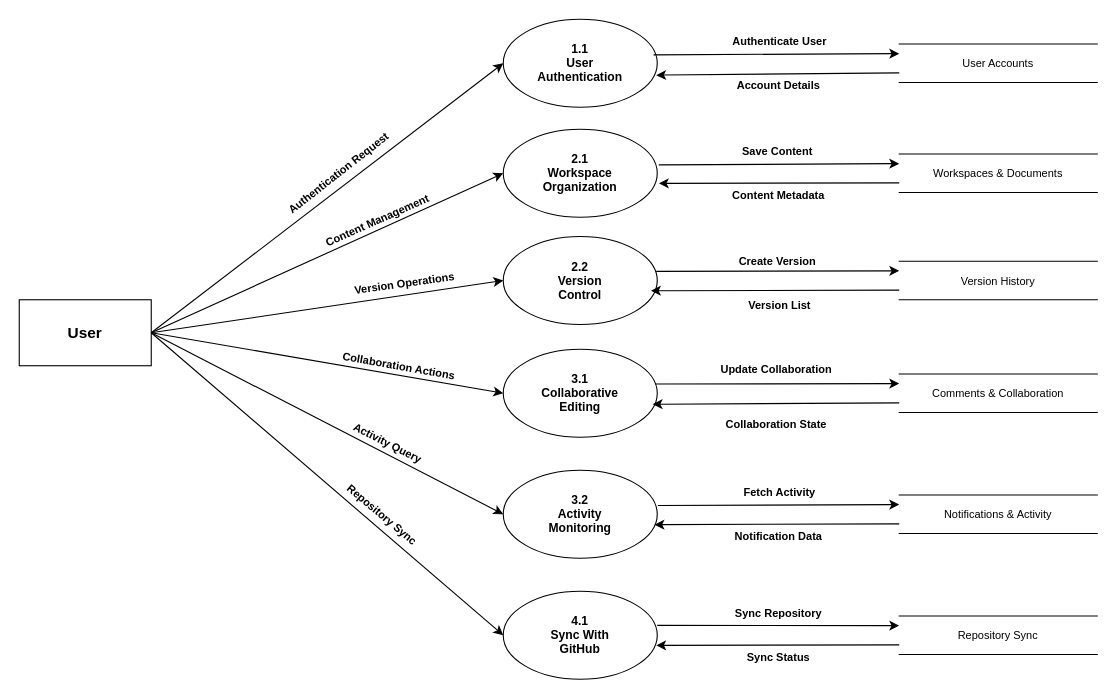
This is docs/dfd-level-2-user.drawio from Nithinvp11/DocHub, a draw.io file, before an edit. Source tidied: cells renumbered, new cells numbered last; positions are measured from the earlier drawing's top-left corner, leaving out a move shared by most shapes. Both pictures are drawn from the tidied source at 110%, with x=0, y=0 at pixel (19, 19).
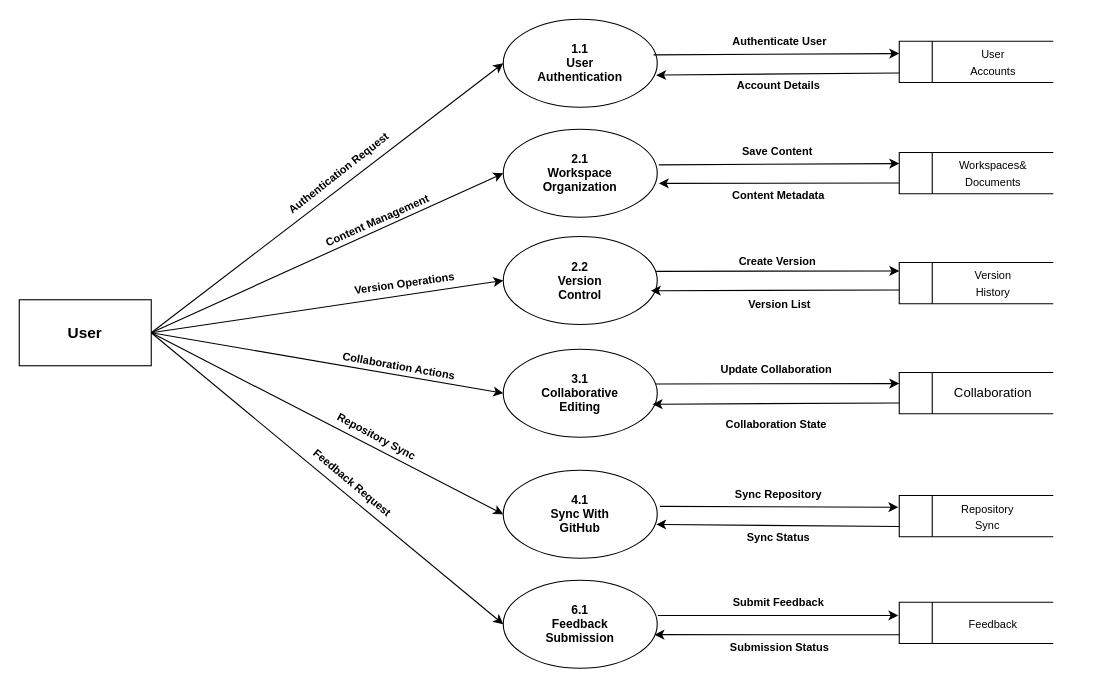
The same diagram, later.

The change refers to these unchanged cells:
```xml
<mxCell id="3" value="1.1&#10;User&#10;Authentication" style="ellipse;whiteSpace=wrap;html=1;fillColor=#ffffff;strokeColor=#000000;fontSize=11;fontStyle=1;" parent="1" vertex="1">
  <mxGeometry x="440" width="140" height="80" as="geometry" />
</mxCell>
<mxCell id="4" value="2.1&lt;br&gt;Workspace&lt;br&gt;Organization" style="ellipse;whiteSpace=wrap;html=1;fillColor=#ffffff;strokeColor=#000000;fontSize=11;fontStyle=1;" parent="1" vertex="1">
  <mxGeometry x="440" y="100" width="140" height="80" as="geometry" />
</mxCell>
<mxCell id="5" value="2.2&#10;Version&#10;Control" style="ellipse;whiteSpace=wrap;html=1;fillColor=#ffffff;strokeColor=#000000;fontSize=11;fontStyle=1;" parent="1" vertex="1">
  <mxGeometry x="440" y="197.5" width="140" height="80" as="geometry" />
</mxCell>
<mxCell id="6" value="3.1&lt;br&gt;Collaborative&lt;br&gt;Editing" style="ellipse;whiteSpace=wrap;html=1;fillColor=#ffffff;strokeColor=#000000;fontSize=11;fontStyle=1;" parent="1" vertex="1">
  <mxGeometry x="440" y="300" width="140" height="80" as="geometry" />
</mxCell>
```

What changed in the source:
```diff
@@
-    <mxCell id="7" value="3.2&lt;br&gt;Activity&lt;br&gt;Monitoring" style="ellipse;whiteSpace=wrap;html=1;fillColor=#ffffff;strokeColor=#000000;fontSize=11;fontStyle=1;" parent="1" vertex="1">
-      <mxGeometry x="440" y="410" width="140" height="80" as="geometry" />
+    <mxCell id="7" value="6.1&lt;br&gt;Feedback&lt;br&gt;Submission" style="ellipse;whiteSpace=wrap;html=1;fillColor=#ffffff;strokeColor=#000000;fontSize=11;fontStyle=1;" parent="1" vertex="1">
+      <mxGeometry x="440" y="510" width="140" height="80" as="geometry" />
     </mxCell>
     <mxCell id="8" value="4.1&lt;br&gt;Sync With&lt;div&gt;GitHub&lt;/div&gt;" style="ellipse;whiteSpace=wrap;html=1;fillColor=#ffffff;strokeColor=#000000;fontSize=11;fontStyle=1;" parent="1" vertex="1">
-      <mxGeometry x="440" y="520" width="140" height="80" as="geometry" />
+      <mxGeometry x="440" y="410" width="140" height="80" as="geometry" />
     </mxCell>
-    <mxCell id="9" value="User Accounts" style="shape=partialRectangle;whiteSpace=wrap;html=1;left=0;right=0;fillColor=#ffffff;strokeColor=#000000;fontSize=10;" parent="1" vertex="1">
-      <mxGeometry x="800" y="22.5" width="180" height="35" as="geometry" />
-    </mxCell>
-    <mxCell id="10" value="Workspaces &amp;amp; Documents" style="shape=partialRectangle;whiteSpace=wrap;html=1;left=0;right=0;fillColor=#ffffff;strokeColor=#000000;fontSize=10;" parent="1" vertex="1">
-      <mxGeometry x="800" y="122.5" width="180" height="35" as="geometry" />
-    </mxCell>
-    <mxCell id="11" value="Version History" style="shape=partialRectangle;whiteSpace=wrap;html=1;left=0;right=0;fillColor=#ffffff;strokeColor=#000000;fontSize=10;" parent="1" vertex="1">
-      <mxGeometry x="800" y="220" width="180" height="35" as="geometry" />
-    </mxCell>
-    <mxCell id="12" value="Comments &amp;amp; Collaboration" style="shape=partialRectangle;whiteSpace=wrap;html=1;left=0;right=0;fillColor=#ffffff;strokeColor=#000000;fontSize=10;" parent="1" vertex="1">
-      <mxGeometry x="800" y="322.5" width="180" height="35" as="geometry" />
-    </mxCell>
-    <mxCell id="13" value="Notifications &amp;amp; Activity" style="shape=partialRectangle;whiteSpace=wrap;html=1;left=0;right=0;fillColor=#ffffff;strokeColor=#000000;fontSize=10;" parent="1" vertex="1">
-      <mxGeometry x="800" y="432.5" width="180" height="35" as="geometry" />
-    </mxCell>
-    <mxCell id="14" value="Repository Sync" style="shape=partialRectangle;whiteSpace=wrap;html=1;left=0;right=0;fillColor=#ffffff;strokeColor=#000000;fontSize=10;" parent="1" vertex="1">
-      <mxGeometry x="800" y="542.5" width="180" height="35" as="geometry" />
-    </mxCell>
@@
-    <mxCell id="21" value="&lt;font style=&quot;font-size: 10px;&quot;&gt;&lt;b&gt;Authenticate User&lt;/b&gt;&lt;/font&gt;" style="endArrow=classic;html=1;entryX=0;entryY=0.25;entryDx=0;entryDy=0;fontSize=9;exitX=0.976;exitY=0.405;exitDx=0;exitDy=0;exitPerimeter=0;" parent="1" edge="1" source="3" target="9">
-      <mxGeometry x="0.02" y="12" relative="1" as="geometry" />
+    <mxCell id="21" value="&lt;font style=&quot;font-size: 10px;&quot;&gt;&lt;b&gt;Authenticate User&lt;/b&gt;&lt;/font&gt;" style="endArrow=classic;html=1;entryX=0;entryY=0.25;entryDx=0;entryDy=0;fontSize=9;exitX=0.976;exitY=0.405;exitDx=0;exitDy=0;exitPerimeter=0;" parent="1" edge="1" source="3">
+      <mxGeometry x="0.02" y="12" relative="1" as="geometry">
+        <mxPoint x="800" y="31.2" as="targetPoint" />
+      </mxGeometry>
     </mxCell>
-    <mxCell id="22" value="&lt;b&gt;&lt;font style=&quot;font-size: 10px;&quot;&gt;Save Content&lt;/font&gt;&lt;/b&gt;" style="endArrow=classic;html=1;exitX=1.01;exitY=0.405;exitDx=0;exitDy=0;entryX=0;entryY=0.25;entryDx=0;entryDy=0;fontSize=9;exitPerimeter=0;" parent="1" edge="1" source="4" target="10">
-      <mxGeometry x="-0.01" y="12" relative="1" as="geometry" />
+    <mxCell id="22" value="&lt;b&gt;&lt;font style=&quot;font-size: 10px;&quot;&gt;Save Content&lt;/font&gt;&lt;/b&gt;" style="endArrow=classic;html=1;exitX=1.01;exitY=0.405;exitDx=0;exitDy=0;entryX=0;entryY=0.25;entryDx=0;entryDy=0;fontSize=9;exitPerimeter=0;" parent="1" edge="1" source="4">
+      <mxGeometry x="-0.01" y="12" relative="1" as="geometry">
+        <mxPoint x="800" y="131.2" as="targetPoint" />
+      </mxGeometry>
     </mxCell>
-    <mxCell id="23" value="&lt;font style=&quot;font-size: 10px;&quot;&gt;&lt;b&gt;Create Version&lt;/b&gt;&lt;/font&gt;" style="endArrow=classic;html=1;fontSize=9;entryX=0;entryY=0.25;entryDx=0;entryDy=0;exitX=0.993;exitY=0.396;exitDx=0;exitDy=0;exitPerimeter=0;" parent="1" edge="1" source="5" target="11">
-      <mxGeometry y="9" relative="1" as="geometry" />
+    <mxCell id="23" value="&lt;font style=&quot;font-size: 10px;&quot;&gt;&lt;b&gt;Create Version&lt;/b&gt;&lt;/font&gt;" style="endArrow=classic;html=1;fontSize=9;entryX=0;entryY=0.25;entryDx=0;entryDy=0;exitX=0.993;exitY=0.396;exitDx=0;exitDy=0;exitPerimeter=0;" parent="1" edge="1" source="5">
+      <mxGeometry y="9" relative="1" as="geometry">
+        <mxPoint x="800" y="228.8" as="targetPoint" />
+      </mxGeometry>
     </mxCell>
-    <mxCell id="24" value="&lt;font style=&quot;font-size: 10px;&quot;&gt;&lt;b&gt;Update Collaboration&lt;/b&gt;&lt;/font&gt;" style="endArrow=classic;html=1;entryX=0;entryY=0.25;entryDx=0;entryDy=0;fontSize=9;exitX=0.987;exitY=0.395;exitDx=0;exitDy=0;exitPerimeter=0;" parent="1" edge="1" source="6" target="12">
-      <mxGeometry x="-0.01" y="13" relative="1" as="geometry" />
+    <mxCell id="24" value="&lt;font style=&quot;font-size: 10px;&quot;&gt;&lt;b&gt;Update Collaboration&lt;/b&gt;&lt;/font&gt;" style="endArrow=classic;html=1;entryX=0;entryY=0.25;entryDx=0;entryDy=0;fontSize=9;exitX=0.987;exitY=0.395;exitDx=0;exitDy=0;exitPerimeter=0;" parent="1" edge="1" source="6">
+      <mxGeometry x="-0.01" y="13" relative="1" as="geometry">
+        <mxPoint x="800" y="331.2" as="targetPoint" />
+      </mxGeometry>
     </mxCell>
-    <mxCell id="25" value="&lt;font style=&quot;font-size: 10px;&quot;&gt;&lt;b&gt;Fetch Activity&lt;/b&gt;&lt;/font&gt;" style="endArrow=classic;html=1;exitX=1.004;exitY=0.4;exitDx=0;exitDy=0;entryX=0;entryY=0.25;entryDx=0;entryDy=0;fontSize=9;exitPerimeter=0;" parent="1" edge="1" source="7" target="13">
+    <mxCell id="25" value="&lt;font style=&quot;font-size: 10px;&quot;&gt;&lt;b&gt;Submit Feedback&lt;/b&gt;&lt;/font&gt;" style="endArrow=classic;html=1;exitX=1.004;exitY=0.4;exitDx=0;exitDy=0;entryX=-0.006;entryY=0.32;entryDx=0;entryDy=0;fontSize=9;exitPerimeter=0;entryPerimeter=0;" parent="1" edge="1" source="7" target="42">
       <mxGeometry y="12" relative="1" as="geometry" />
     </mxCell>
-    <mxCell id="26" value="&lt;font style=&quot;font-size: 10px;&quot;&gt;&lt;b&gt;Sync Repository&lt;/b&gt;&lt;/font&gt;" style="endArrow=classic;html=1;entryX=0;entryY=0.25;entryDx=0;entryDy=0;fontSize=9;" parent="1" edge="1" target="14">
-      <mxGeometry y="11" relative="1" as="geometry">
-        <mxPoint x="580" y="551" as="sourcePoint" />
-      </mxGeometry>
+    <mxCell id="26" value="&lt;font style=&quot;font-size: 10px;&quot;&gt;&lt;b&gt;Sync Repository&lt;/b&gt;&lt;/font&gt;" style="endArrow=classic;html=1;entryX=-0.006;entryY=0.283;entryDx=0;entryDy=0;fontSize=9;exitX=1.017;exitY=0.41;exitDx=0;exitDy=0;exitPerimeter=0;entryPerimeter=0;" parent="1" edge="1" source="8" target="43">
+      <mxGeometry y="11" relative="1" as="geometry" />
     </mxCell>
-    <mxCell id="27" value="&lt;font style=&quot;font-size: 10px;&quot;&gt;&lt;b&gt;Account Details&lt;/b&gt;&lt;/font&gt;" style="endArrow=classic;html=1;fontSize=9;exitX=0;exitY=0.75;exitDx=0;exitDy=0;entryX=0.993;entryY=0.635;entryDx=0;entryDy=0;entryPerimeter=0;" parent="1" edge="1" source="9" target="3">
-      <mxGeometry y="10" relative="1" as="geometry" />
+    <mxCell id="27" value="&lt;font style=&quot;font-size: 10px;&quot;&gt;&lt;b&gt;Account Details&lt;/b&gt;&lt;/font&gt;" style="endArrow=classic;html=1;fontSize=9;exitX=0;exitY=0.75;exitDx=0;exitDy=0;entryX=0.993;entryY=0.635;entryDx=0;entryDy=0;entryPerimeter=0;" parent="1" edge="1" target="3">
+      <mxGeometry y="10" relative="1" as="geometry">
+        <mxPoint x="800" y="48.8" as="sourcePoint" />
+      </mxGeometry>
     </mxCell>
-    <mxCell id="28" value="&lt;font style=&quot;font-size: 10px;&quot;&gt;&lt;b&gt;Content Metadata&lt;/b&gt;&lt;/font&gt;" style="endArrow=classic;html=1;fontSize=9;entryX=1.01;entryY=0.615;entryDx=0;entryDy=0;entryPerimeter=0;exitX=0;exitY=0.75;exitDx=0;exitDy=0;" parent="1" edge="1" source="10" target="4">
-      <mxGeometry x="0.01" y="11" relative="1" as="geometry" />
+    <mxCell id="28" value="&lt;font style=&quot;font-size: 10px;&quot;&gt;&lt;b&gt;Content Metadata&lt;/b&gt;&lt;/font&gt;" style="endArrow=classic;html=1;fontSize=9;entryX=1.01;entryY=0.615;entryDx=0;entryDy=0;entryPerimeter=0;exitX=0;exitY=0.75;exitDx=0;exitDy=0;" parent="1" edge="1" target="4">
+      <mxGeometry x="0.01" y="11" relative="1" as="geometry">
+        <mxPoint x="800" y="148.8" as="sourcePoint" />
+      </mxGeometry>
     </mxCell>
-    <mxCell id="29" value="&lt;font style=&quot;font-size: 10px;&quot;&gt;&lt;b&gt;Version List&lt;/b&gt;&lt;/font&gt;" style="endArrow=classic;html=1;exitX=0;exitY=0.75;exitDx=0;exitDy=0;fontSize=9;entryX=0.959;entryY=0.616;entryDx=0;entryDy=0;entryPerimeter=0;" parent="1" edge="1" source="11" target="5">
-      <mxGeometry x="-0.03" y="13" relative="1" as="geometry" />
+    <mxCell id="29" value="&lt;font style=&quot;font-size: 10px;&quot;&gt;&lt;b&gt;Version List&lt;/b&gt;&lt;/font&gt;" style="endArrow=classic;html=1;exitX=0;exitY=0.75;exitDx=0;exitDy=0;fontSize=9;entryX=0.959;entryY=0.616;entryDx=0;entryDy=0;entryPerimeter=0;" parent="1" edge="1" target="5">
+      <mxGeometry x="-0.03" y="13" relative="1" as="geometry">
+        <mxPoint x="800" y="246.2" as="sourcePoint" />
+      </mxGeometry>
     </mxCell>
-    <mxCell id="30" value="&lt;font style=&quot;font-size: 10px;&quot;&gt;&lt;b&gt;Collaboration State&lt;/b&gt;&lt;/font&gt;" style="endArrow=classic;html=1;exitX=0;exitY=0.75;exitDx=0;exitDy=0;fontSize=9;entryX=0.97;entryY=0.625;entryDx=0;entryDy=0;entryPerimeter=0;" parent="1" edge="1" source="12" target="6">
-      <mxGeometry y="19" relative="1" as="geometry" />
+    <mxCell id="30" value="&lt;font style=&quot;font-size: 10px;&quot;&gt;&lt;b&gt;Collaboration State&lt;/b&gt;&lt;/font&gt;" style="endArrow=classic;html=1;exitX=0;exitY=0.75;exitDx=0;exitDy=0;fontSize=9;entryX=0.97;entryY=0.625;entryDx=0;entryDy=0;entryPerimeter=0;" parent="1" edge="1" target="6">
+      <mxGeometry y="19" relative="1" as="geometry">
+        <mxPoint x="800" y="348.8" as="sourcePoint" />
+      </mxGeometry>
     </mxCell>
-    <mxCell id="31" value="&lt;b&gt;&lt;font style=&quot;font-size: 10px;&quot;&gt;Notification Data&lt;/font&gt;&lt;/b&gt;" style="endArrow=classic;html=1;exitX=0;exitY=0.75;exitDx=0;exitDy=0;entryX=0.982;entryY=0.618;entryDx=0;entryDy=0;fontSize=9;entryPerimeter=0;" parent="1" edge="1" source="13" target="7">
+    <mxCell id="31" value="&lt;b&gt;&lt;font style=&quot;font-size: 10px;&quot;&gt;Submission Status&lt;/font&gt;&lt;/b&gt;" style="endArrow=classic;html=1;exitX=0.011;exitY=0.789;exitDx=0;exitDy=0;entryX=0.982;entryY=0.618;entryDx=0;entryDy=0;fontSize=9;entryPerimeter=0;exitPerimeter=0;" parent="1" edge="1" source="42" target="7">
       <mxGeometry x="-0.01" y="11" relative="1" as="geometry" />
     </mxCell>
-    <mxCell id="32" value="&lt;font style=&quot;font-size: 10px;&quot;&gt;&lt;b&gt;Sync Status&lt;/b&gt;&lt;/font&gt;" style="endArrow=classic;html=1;exitX=0;exitY=0.75;exitDx=0;exitDy=0;entryX=0.993;entryY=0.615;entryDx=0;entryDy=0;fontSize=9;entryPerimeter=0;" parent="1" edge="1" source="14" target="8">
+    <mxCell id="32" value="&lt;font style=&quot;font-size: 10px;&quot;&gt;&lt;b&gt;Sync Status&lt;/b&gt;&lt;/font&gt;" style="endArrow=classic;html=1;exitX=0;exitY=0.752;exitDx=0;exitDy=0;entryX=0.993;entryY=0.615;entryDx=0;entryDy=0;fontSize=9;entryPerimeter=0;exitPerimeter=0;" parent="1" edge="1" source="43" target="8">
       <mxGeometry y="11" relative="1" as="geometry" />
     </mxCell>
@@
-    <mxCell id="37" value="&lt;span style=&quot;color: rgb(0, 0, 0); background-color: rgb(255, 255, 255);&quot;&gt;&lt;font style=&quot;font-size: 10px;&quot;&gt;&lt;b&gt;Activity Query&lt;/b&gt;&lt;/font&gt;&lt;/span&gt;" style="text;html=1;align=center;verticalAlign=middle;strokeColor=none;fillColor=none;rotation=27;" parent="1" vertex="1">
-      <mxGeometry x="290" y="370" width="90" height="30" as="geometry" />
+    <mxCell id="37" value="&lt;span style=&quot;color: rgb(0, 0, 0); background-color: rgb(255, 255, 255);&quot;&gt;&lt;font style=&quot;font-size: 10px;&quot;&gt;&lt;b&gt;Feedback Request&lt;/b&gt;&lt;/font&gt;&lt;/span&gt;" style="text;html=1;align=center;verticalAlign=middle;strokeColor=none;fillColor=none;rotation=40;" parent="1" vertex="1">
+      <mxGeometry x="258" y="406" width="90" height="30" as="geometry" />
     </mxCell>
-    <mxCell id="38" value="&lt;span style=&quot;color: rgb(0, 0, 0); background-color: rgb(255, 255, 255);&quot;&gt;&lt;font style=&quot;font-size: 10px;&quot;&gt;&lt;b&gt;Repository Sync&lt;/b&gt;&lt;/font&gt;&lt;/span&gt;" style="text;html=1;align=center;verticalAlign=middle;strokeColor=none;fillColor=none;rotation=40;" parent="1" vertex="1">
-      <mxGeometry x="280" y="435" width="100" height="30" as="geometry" />
+    <mxCell id="38" value="&lt;span style=&quot;color: rgb(0, 0, 0); background-color: rgb(255, 255, 255);&quot;&gt;&lt;font style=&quot;font-size: 10px;&quot;&gt;&lt;b&gt;Repository Sync&lt;/b&gt;&lt;/font&gt;&lt;/span&gt;" style="text;html=1;align=center;verticalAlign=middle;strokeColor=none;fillColor=none;rotation=28;" parent="1" vertex="1">
+      <mxGeometry x="275" y="364" width="100" height="30" as="geometry" />
     </mxCell>
+    <mxCell id="39" style="html=1;dashed=0;whiteSpace=wrap;shape=mxgraph.dfd.dataStoreID;align=left;spacingLeft=3;" parent="1" vertex="1">
+      <mxGeometry x="800" y="121.2" width="140" height="37.5" as="geometry" />
+    </mxCell>
+    <mxCell id="40" style="html=1;dashed=0;whiteSpace=wrap;shape=mxgraph.dfd.dataStoreID;align=left;spacingLeft=3;" parent="1" vertex="1">
+      <mxGeometry x="800" y="221.2" width="140" height="37.5" as="geometry" />
+    </mxCell>
+    <mxCell id="41" style="html=1;dashed=0;whiteSpace=wrap;shape=mxgraph.dfd.dataStoreID;align=left;spacingLeft=3;" parent="1" vertex="1">
+      <mxGeometry x="800" y="321.2" width="140" height="37.5" as="geometry" />
+    </mxCell>
+    <mxCell id="42" style="html=1;dashed=0;whiteSpace=wrap;shape=mxgraph.dfd.dataStoreID;align=left;spacingLeft=3;points=[[0,0],[0.5,0],[1,0],[0,0.5],[1,0.5],[0,1],[0.5,1],[1,1]];" parent="1" vertex="1">
+      <mxGeometry x="800" y="530" width="140" height="37.5" as="geometry" />
+    </mxCell>
+    <mxCell id="43" style="html=1;dashed=0;whiteSpace=wrap;shape=mxgraph.dfd.dataStoreID;align=left;spacingLeft=3;points=[[0,0],[0.5,0],[1,0],[0,0.5],[1,0.5],[0,1],[0.5,1],[1,1]];" parent="1" vertex="1">
+      <mxGeometry x="800" y="433" width="140" height="37.5" as="geometry" />
+    </mxCell>
+    <mxCell id="44" style="html=1;dashed=0;whiteSpace=wrap;shape=mxgraph.dfd.dataStoreID;align=left;spacingLeft=3;" parent="1" vertex="1">
+      <mxGeometry x="800" y="20" width="140" height="37.5" as="geometry" />
+    </mxCell>
+    <mxCell id="9" value="&lt;span style=&quot;color: rgb(0, 0, 0); font-size: 10px; text-wrap-mode: wrap;&quot;&gt;User Accounts&lt;/span&gt;" style="text;html=1;align=center;verticalAlign=middle;points=[];strokeColor=none;fillColor=none;" parent="1" vertex="1">
+      <mxGeometry x="840" y="23.8" width="90" height="30" as="geometry" />
+    </mxCell>
+    <mxCell id="45" value="&lt;p&gt;&lt;span style=&quot;color: rgb(0, 0, 0); font-size: 10px; text-wrap-mode: wrap;&quot;&gt;Workspaces&amp;amp; Documents&lt;/span&gt;&lt;/p&gt;" style="text;html=1;align=center;verticalAlign=middle;strokeColor=none;fillColor=none;" parent="1" vertex="1">
+      <mxGeometry x="815" y="115" width="140" height="50" as="geometry" />
+    </mxCell>
+    <mxCell id="11" value="&lt;span style=&quot;color: rgb(0, 0, 0); font-size: 10px; text-wrap-mode: wrap;&quot;&gt;Version History&lt;/span&gt;" style="text;html=1;align=center;verticalAlign=middle;points=[];strokeColor=none;fillColor=none;" parent="1" vertex="1">
+      <mxGeometry x="840" y="225" width="90" height="30" as="geometry" />
+    </mxCell>
+    <mxCell id="46" value="Collaboration" style="text;html=1;align=center;verticalAlign=middle;strokeColor=none;fillColor=none;" parent="1" vertex="1">
+      <mxGeometry x="840" y="325" width="90" height="30" as="geometry" />
+    </mxCell>
+    <mxCell id="14" value="&lt;span style=&quot;color: rgb(0, 0, 0); font-size: 10px; text-wrap-mode: wrap;&quot;&gt;Repository Sync&lt;/span&gt;" style="text;html=1;align=center;verticalAlign=middle;points=[];strokeColor=none;fillColor=none;" parent="1" vertex="1">
+      <mxGeometry x="830" y="436.8" width="100" height="30" as="geometry" />
+    </mxCell>
+    <mxCell id="47" value="&lt;span style=&quot;color: rgb(0, 0, 0); font-size: 10px; text-wrap-mode: wrap;&quot;&gt;Feedback&lt;/span&gt;" style="text;html=1;align=center;verticalAlign=middle;strokeColor=none;fillColor=none;" parent="1" vertex="1">
+      <mxGeometry x="850" y="535" width="70" height="30" as="geometry" />
+    </mxCell>
```
